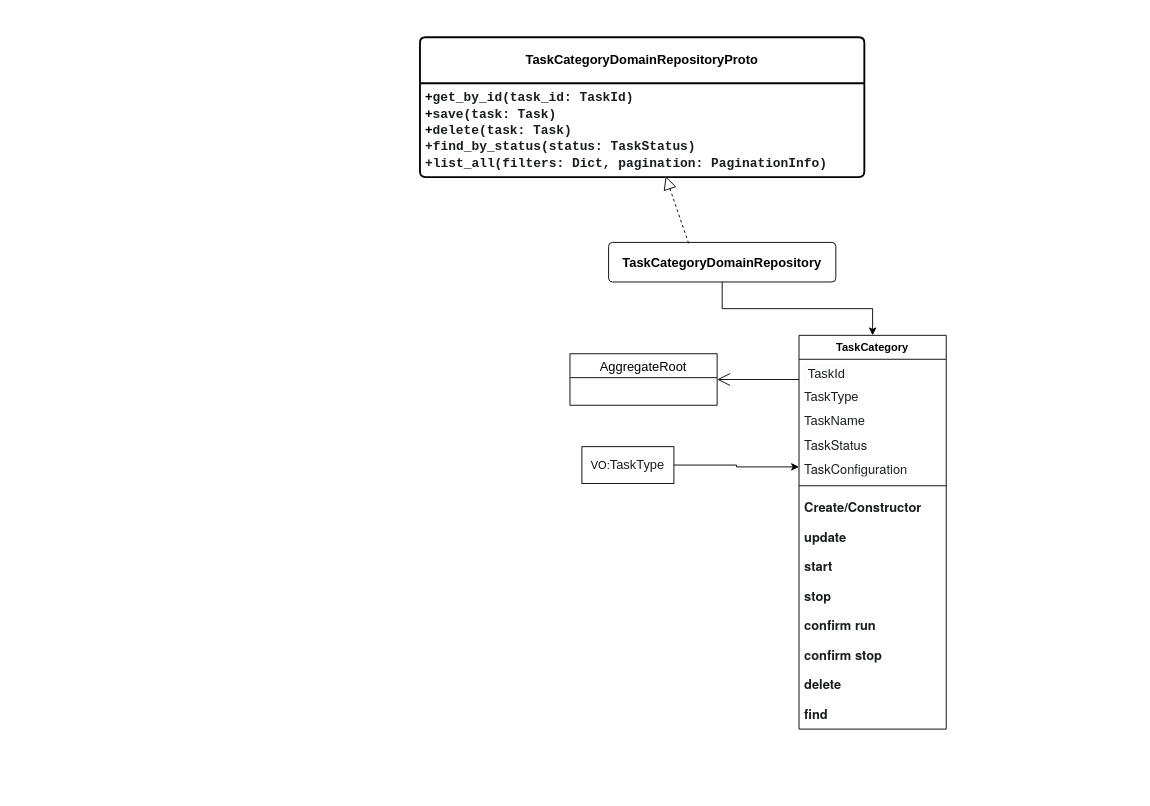
Earlier version of the draw.io diagram 1.drawio (monster-46173/djjs). Source tidied: cells renumbered, new cells numbered last; positions are measured from the earlier drawing's top-left corner, leaving out a move shared by most shapes. Both pictures are drawn from the tidied source at 92%, with x=0, y=0 at pixel (420, 37).
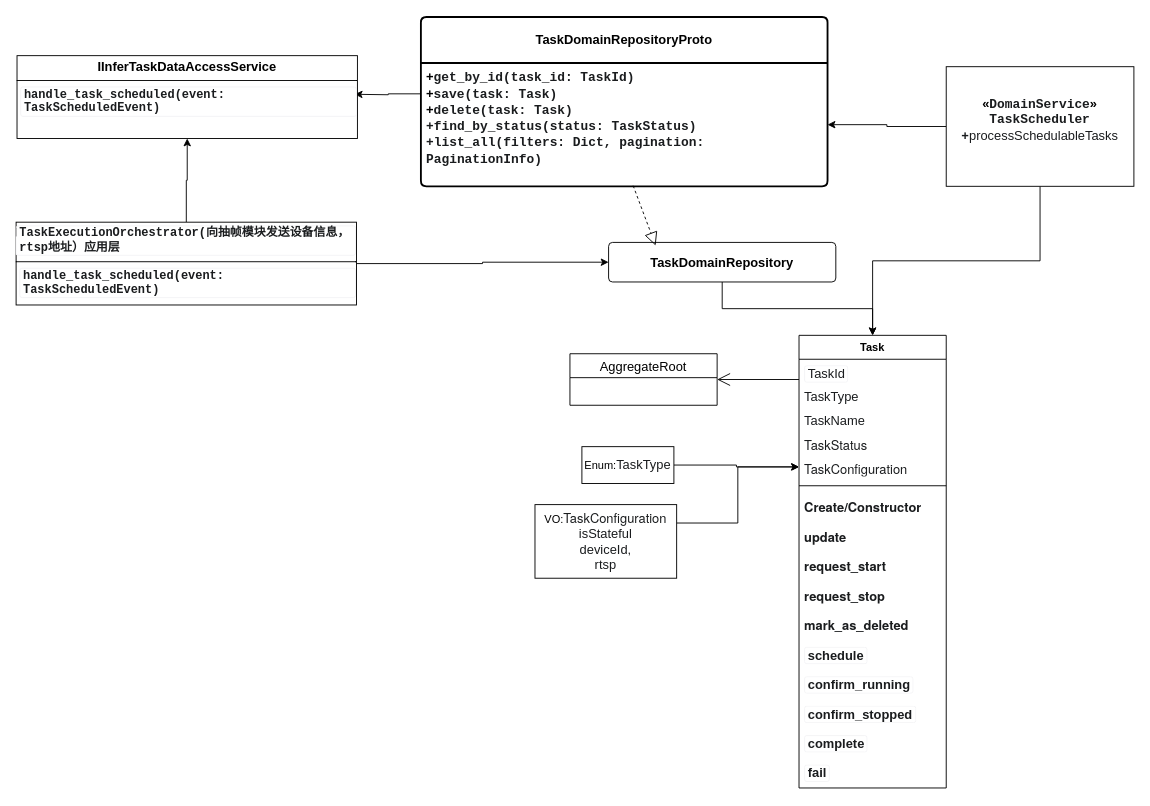
The same diagram, later.

The change refers to these unchanged cells:
```xml
<mxCell id="9" value="&lt;span style=&quot;box-sizing: border-box; color: rgb(26, 28, 30); font-family: &amp;quot;Google Sans Text&amp;quot;, &amp;quot;Helvetica Neue&amp;quot;, sans-serif; font-size: 14px; background-color: rgb(255, 255, 255);&quot; class=&quot;ng-star-inserted&quot;&gt;&lt;span style=&quot;box-sizing: border-box;&quot; class=&quot;ng-star-inserted&quot;&gt;TaskConfiguration&lt;/span&gt;&lt;/span&gt;" style="text;strokeColor=none;fillColor=none;align=left;verticalAlign=top;spacingLeft=4;spacingRight=4;overflow=hidden;points=[[0,0.5],[1,0.5]];portConstraint=eastwest;whiteSpace=wrap;html=1;" parent="4" vertex="1">
  <mxGeometry y="130" width="160" height="26" as="geometry" />
</mxCell>
```

The edit, as a diff of the source:
```diff
@@
-    <mxCell id="4" value="TaskCategory" style="swimlane;fontStyle=1;align=center;verticalAlign=top;horizontal=1;startSize=26;whiteSpace=wrap;html=1;" parent="1" vertex="1">
-      <mxGeometry x="412" y="324" width="160" height="428" as="geometry" />
+    <mxCell id="4" value="Task" style="swimlane;fontStyle=1;align=center;verticalAlign=top;horizontal=1;startSize=26;whiteSpace=wrap;html=1;" parent="1" vertex="1">
+      <mxGeometry x="412" y="324" width="160" height="492" as="geometry" />
     </mxCell>
@@
-    <mxCell id="13" value="&lt;font face=&quot;Google Sans Text, Helvetica Neue, sans-serif&quot; color=&quot;#1a1c1e&quot;&gt;&lt;span style=&quot;font-size: 14px; background-color: rgb(255, 255, 255);&quot;&gt;&lt;b&gt;start&lt;/b&gt;&lt;/span&gt;&lt;/font&gt;" style="text;strokeColor=none;fillColor=none;align=left;verticalAlign=top;spacingLeft=4;spacingRight=4;overflow=hidden;whiteSpace=wrap;html=1;" parent="4" vertex="1">
+    <mxCell id="13" value="&lt;font face=&quot;Google Sans Text, Helvetica Neue, sans-serif&quot; color=&quot;#1a1c1e&quot;&gt;&lt;span style=&quot;font-size: 14px; background-color: rgb(255, 255, 255);&quot;&gt;&lt;b&gt;request_start&lt;/b&gt;&lt;/span&gt;&lt;/font&gt;" style="text;strokeColor=none;fillColor=none;align=left;verticalAlign=top;spacingLeft=4;spacingRight=4;overflow=hidden;whiteSpace=wrap;html=1;" parent="4" vertex="1">
       <mxGeometry y="236" width="160" height="32" as="geometry" />
     </mxCell>
-    <mxCell id="14" value="&lt;strong style=&quot;box-sizing: border-box; color: rgb(26, 28, 30); font-family: &amp;quot;Google Sans Text&amp;quot;, &amp;quot;Helvetica Neue&amp;quot;, sans-serif; font-size: 14px; background-color: rgb(255, 255, 255);&quot; class=&quot;ng-star-inserted&quot;&gt;&lt;span style=&quot;box-sizing: border-box;&quot; class=&quot;ng-star-inserted&quot;&gt;stop&lt;/span&gt;&lt;/strong&gt;" style="text;strokeColor=none;fillColor=none;align=left;verticalAlign=top;spacingLeft=4;spacingRight=4;overflow=hidden;whiteSpace=wrap;html=1;" parent="4" vertex="1">
+    <mxCell id="14" value="&lt;strong style=&quot;box-sizing: border-box; color: rgb(26, 28, 30); font-family: &amp;quot;Google Sans Text&amp;quot;, &amp;quot;Helvetica Neue&amp;quot;, sans-serif; font-size: 14px; background-color: rgb(255, 255, 255);&quot; class=&quot;ng-star-inserted&quot;&gt;&lt;span style=&quot;box-sizing: border-box;&quot; class=&quot;ng-star-inserted&quot;&gt;request_stop&lt;/span&gt;&lt;/strong&gt;" style="text;strokeColor=none;fillColor=none;align=left;verticalAlign=top;spacingLeft=4;spacingRight=4;overflow=hidden;whiteSpace=wrap;html=1;" parent="4" vertex="1">
       <mxGeometry y="268" width="160" height="32" as="geometry" />
     </mxCell>
-    <mxCell id="15" value="&lt;strong style=&quot;box-sizing: border-box; color: rgb(26, 28, 30); font-family: &amp;quot;Google Sans Text&amp;quot;, &amp;quot;Helvetica Neue&amp;quot;, sans-serif; font-size: 14px; background-color: rgb(255, 255, 255);&quot; class=&quot;ng-star-inserted&quot;&gt;&lt;span style=&quot;box-sizing: border-box;&quot; class=&quot;ng-star-inserted&quot;&gt;confirm run&lt;/span&gt;&lt;/strong&gt;" style="text;strokeColor=none;fillColor=none;align=left;verticalAlign=top;spacingLeft=4;spacingRight=4;overflow=hidden;whiteSpace=wrap;html=1;" parent="4" vertex="1">
-      <mxGeometry y="300" width="160" height="32" as="geometry" />
-    </mxCell>
-    <mxCell id="16" value="&lt;strong style=&quot;box-sizing: border-box; color: rgb(26, 28, 30); font-family: &amp;quot;Google Sans Text&amp;quot;, &amp;quot;Helvetica Neue&amp;quot;, sans-serif; font-size: 14px; background-color: rgb(255, 255, 255);&quot; class=&quot;ng-star-inserted&quot;&gt;&lt;span style=&quot;box-sizing: border-box;&quot; class=&quot;ng-star-inserted&quot;&gt;confirm stop&lt;/span&gt;&lt;/strong&gt;" style="text;strokeColor=none;fillColor=none;align=left;verticalAlign=top;spacingLeft=4;spacingRight=4;overflow=hidden;whiteSpace=wrap;html=1;" parent="4" vertex="1">
-      <mxGeometry y="332" width="160" height="32" as="geometry" />
-    </mxCell>
-    <mxCell id="17" value="&lt;strong style=&quot;box-sizing: border-box; color: rgb(26, 28, 30); font-family: &amp;quot;Google Sans Text&amp;quot;, &amp;quot;Helvetica Neue&amp;quot;, sans-serif; font-size: 14px; background-color: rgb(255, 255, 255);&quot; class=&quot;ng-star-inserted&quot;&gt;&lt;span style=&quot;box-sizing: border-box;&quot; class=&quot;ng-star-inserted&quot;&gt;delete&lt;/span&gt;&lt;/strong&gt;" style="text;strokeColor=none;fillColor=none;align=left;verticalAlign=top;spacingLeft=4;spacingRight=4;overflow=hidden;whiteSpace=wrap;html=1;" parent="4" vertex="1">
-      <mxGeometry y="364" width="160" height="32" as="geometry" />
+    <mxCell id="17" value="&lt;strong style=&quot;box-sizing: border-box; color: rgb(26, 28, 30); font-family: &amp;quot;Google Sans Text&amp;quot;, &amp;quot;Helvetica Neue&amp;quot;, sans-serif; font-size: 14px; background-color: rgb(255, 255, 255);&quot; class=&quot;ng-star-inserted&quot;&gt;&lt;span style=&quot;box-sizing: border-box;&quot; class=&quot;ng-star-inserted&quot;&gt;mark_as_deleted&lt;/span&gt;&lt;/strong&gt;" style="text;strokeColor=none;fillColor=none;align=left;verticalAlign=top;spacingLeft=4;spacingRight=4;overflow=hidden;whiteSpace=wrap;html=1;" parent="4" vertex="1">
+      <mxGeometry y="300" width="160" height="32" as="geometry" />
     </mxCell>
-    <mxCell id="18" value="&lt;font face=&quot;Google Sans Text, Helvetica Neue, sans-serif&quot; color=&quot;#1a1c1e&quot;&gt;&lt;span style=&quot;font-size: 14px; background-color: rgb(255, 255, 255);&quot;&gt;&lt;b&gt;find&lt;/b&gt;&lt;/span&gt;&lt;/font&gt;" style="text;strokeColor=none;fillColor=none;align=left;verticalAlign=top;spacingLeft=4;spacingRight=4;overflow=hidden;whiteSpace=wrap;html=1;" parent="4" vertex="1">
-      <mxGeometry y="396" width="160" height="32" as="geometry" />
-    </mxCell>
+    <mxCell id="26" value="&lt;strong style=&quot;box-sizing: border-box; color: rgb(26, 28, 30); background-color: rgb(255, 255, 255);&quot; class=&quot;ng-star-inserted&quot;&gt;&lt;span style=&quot;box-sizing: border-box; background-image: none; background-position: 0% 0%; background-size: auto; background-repeat: repeat; background-attachment: scroll; background-origin: padding-box; background-clip: border-box; border-color: rgb(243, 243, 246); border-style: solid; border-width: 0.666667px; border-image: none 100% / 1 / 0 stretch; border-radius: 3px; padding: 0px 3px; display: inline-block;&quot; class=&quot;inline-code ng-star-inserted&quot;&gt;&lt;font style=&quot;font-size: 14px;&quot; face=&quot;Helvetica&quot;&gt;schedule&lt;/font&gt;&lt;/span&gt;&lt;/strong&gt;" style="text;strokeColor=none;fillColor=none;align=left;verticalAlign=top;spacingLeft=4;spacingRight=4;overflow=hidden;whiteSpace=wrap;html=1;" parent="4" vertex="1">
+      <mxGeometry y="332" width="160" height="32" as="geometry" />
+    </mxCell>
+    <mxCell id="27" value="&lt;strong style=&quot;box-sizing: border-box; color: rgb(26, 28, 30); background-color: rgb(255, 255, 255);&quot; class=&quot;ng-star-inserted&quot;&gt;&lt;span style=&quot;box-sizing: border-box; background-image: none; background-position: 0% 0%; background-size: auto; background-repeat: repeat; background-attachment: scroll; background-origin: padding-box; background-clip: border-box; border-color: rgb(243, 243, 246); border-style: solid; border-width: 0.666667px; border-image: none 100% / 1 / 0 stretch; border-radius: 3px; padding: 0px 3px; display: inline-block;&quot; class=&quot;inline-code ng-star-inserted&quot;&gt;&lt;font face=&quot;Helvetica&quot; style=&quot;font-size: 14px;&quot;&gt;confirm_running&lt;/font&gt;&lt;/span&gt;&lt;/strong&gt;" style="text;strokeColor=none;fillColor=none;align=left;verticalAlign=top;spacingLeft=4;spacingRight=4;overflow=hidden;whiteSpace=wrap;html=1;" parent="4" vertex="1">
+      <mxGeometry y="364" width="160" height="32" as="geometry" />
+    </mxCell>
+    <mxCell id="28" value="&lt;strong style=&quot;box-sizing: border-box; color: rgb(26, 28, 30); background-color: rgb(255, 255, 255);&quot; class=&quot;ng-star-inserted&quot;&gt;&lt;span style=&quot;box-sizing: border-box; background-image: none; background-position: 0% 0%; background-size: auto; background-repeat: repeat; background-attachment: scroll; background-origin: padding-box; background-clip: border-box; border-color: rgb(243, 243, 246); border-style: solid; border-width: 0.666667px; border-image: none 100% / 1 / 0 stretch; border-radius: 3px; padding: 0px 3px; display: inline-block;&quot; class=&quot;inline-code ng-star-inserted&quot;&gt;&lt;font face=&quot;Helvetica&quot; style=&quot;font-size: 14px;&quot;&gt;confirm_stopped&lt;/font&gt;&lt;/span&gt;&lt;/strong&gt;" style="text;strokeColor=none;fillColor=none;align=left;verticalAlign=top;spacingLeft=4;spacingRight=4;overflow=hidden;whiteSpace=wrap;html=1;" parent="4" vertex="1">
+      <mxGeometry y="396" width="160" height="32" as="geometry" />
+    </mxCell>
+    <mxCell id="29" value="&lt;strong style=&quot;box-sizing: border-box; color: rgb(26, 28, 30); background-color: rgb(255, 255, 255);&quot; class=&quot;ng-star-inserted&quot;&gt;&lt;span style=&quot;box-sizing: border-box; background-image: none; background-position: 0% 0%; background-size: auto; background-repeat: repeat; background-attachment: scroll; background-origin: padding-box; background-clip: border-box; border-color: rgb(243, 243, 246); border-style: solid; border-width: 0.666667px; border-image: none 100% / 1 / 0 stretch; border-radius: 3px; padding: 0px 3px; display: inline-block;&quot; class=&quot;inline-code ng-star-inserted&quot;&gt;&lt;font face=&quot;Helvetica&quot; style=&quot;font-size: 14px;&quot;&gt;complete&lt;/font&gt;&lt;/span&gt;&lt;/strong&gt;" style="text;strokeColor=none;fillColor=none;align=left;verticalAlign=top;spacingLeft=4;spacingRight=4;overflow=hidden;whiteSpace=wrap;html=1;" parent="4" vertex="1">
+      <mxGeometry y="428" width="160" height="32" as="geometry" />
+    </mxCell>
+    <mxCell id="30" value="&lt;strong style=&quot;box-sizing: border-box; color: rgb(26, 28, 30); background-color: rgb(255, 255, 255);&quot; class=&quot;ng-star-inserted&quot;&gt;&lt;span style=&quot;box-sizing: border-box; background-image: none; background-position: 0% 0%; background-size: auto; background-repeat: repeat; background-attachment: scroll; background-origin: padding-box; background-clip: border-box; border-color: rgb(243, 243, 246); border-style: solid; border-width: 0.666667px; border-image: none 100% / 1 / 0 stretch; border-radius: 3px; padding: 0px 3px; display: inline-block;&quot; class=&quot;inline-code ng-star-inserted&quot;&gt;&lt;font style=&quot;font-size: 14px;&quot; face=&quot;Helvetica&quot;&gt;fail&lt;/font&gt;&lt;/span&gt;&lt;/strong&gt;" style="text;strokeColor=none;fillColor=none;align=left;verticalAlign=top;spacingLeft=4;spacingRight=4;overflow=hidden;whiteSpace=wrap;html=1;" parent="4" vertex="1">
+      <mxGeometry y="460" width="160" height="32" as="geometry" />
+    </mxCell>
@@
-    <mxCell id="20" value="&lt;font face=&quot;Helvetica&quot; style=&quot;font-size: 14px;&quot;&gt;&lt;b&gt;TaskCategoryDomainRepository&lt;/b&gt;&lt;/font&gt;" style="rounded=1;arcSize=10;whiteSpace=wrap;html=1;align=center;" parent="1" vertex="1">
+    <mxCell id="20" value="&lt;font face=&quot;Helvetica&quot; style=&quot;font-size: 14px;&quot;&gt;&lt;b&gt;TaskDomainRepository&lt;/b&gt;&lt;/font&gt;" style="rounded=1;arcSize=10;whiteSpace=wrap;html=1;align=center;" parent="1" vertex="1">
       <mxGeometry x="205" y="223" width="247" height="43" as="geometry" />
     </mxCell>
-    <mxCell id="21" value="&lt;b&gt;TaskCategoryDomainRepositoryProto&lt;/b&gt;" style="swimlane;horizontal=1;startSize=50;rounded=1;fontSize=14;fontStyle=0;strokeWidth=2;shadow=0;dashed=0;align=center;arcSize=4;whiteSpace=wrap;html=1;" parent="1" vertex="1">
-      <mxGeometry width="483" height="152" as="geometry" />
+    <mxCell id="21" value="&lt;b&gt;TaskDomainRepositoryProto&lt;/b&gt;" style="swimlane;horizontal=1;startSize=50;rounded=1;fontSize=14;fontStyle=0;strokeWidth=2;shadow=0;dashed=0;align=center;arcSize=4;whiteSpace=wrap;html=1;" parent="1" vertex="1">
+      <mxGeometry x="1" y="-22" width="442" height="184" as="geometry" />
     </mxCell>
     <mxCell id="22" value="&lt;font style=&quot;font-size: 14px;&quot;&gt;&lt;b&gt;+&lt;span style=&quot;color: rgb(26, 28, 30); font-family: &amp;quot;DM Mono&amp;quot;, monospace; background-color: rgb(255, 255, 255);&quot;&gt;get_by_id(task_id: TaskId)&lt;/span&gt;&lt;br&gt;+&lt;span style=&quot;color: rgb(26, 28, 30); font-family: &amp;quot;DM Mono&amp;quot;, monospace; background-color: rgb(255, 255, 255);&quot;&gt;save(task: Task)&lt;/span&gt;&lt;br&gt;+&lt;span style=&quot;color: rgb(26, 28, 30); font-family: &amp;quot;DM Mono&amp;quot;, monospace; background-color: rgb(255, 255, 255);&quot;&gt;delete(task: Task)&lt;/span&gt;&lt;/b&gt;&lt;/font&gt;&lt;div&gt;&lt;font style=&quot;font-size: 14px;&quot;&gt;&lt;b&gt;&lt;font style=&quot;&quot;&gt;&lt;span style=&quot;color: rgb(26, 28, 30); font-family: &amp;quot;DM Mono&amp;quot;, monospace; background-color: rgb(255, 255, 255);&quot;&gt;+&lt;/span&gt;&lt;/font&gt;&lt;span style=&quot;background-color: rgb(255, 255, 255); color: rgb(26, 28, 30); font-family: &amp;quot;DM Mono&amp;quot;, monospace;&quot;&gt;find_by_status(status: TaskStatus)&lt;/span&gt;&lt;/b&gt;&lt;/font&gt;&lt;/div&gt;&lt;div&gt;&lt;font style=&quot;font-size: 14px;&quot;&gt;&lt;b&gt;&lt;span style=&quot;background-color: rgb(255, 255, 255); color: rgb(26, 28, 30); font-family: &amp;quot;DM Mono&amp;quot;, monospace;&quot;&gt;+&lt;/span&gt;&lt;span style=&quot;background-color: rgb(255, 255, 255); color: rgb(26, 28, 30); font-family: &amp;quot;DM Mono&amp;quot;, monospace;&quot;&gt;list_all(filters: Dict, pagination: PaginationInfo)&lt;/span&gt;&lt;/b&gt;&lt;/font&gt;&lt;/div&gt;" style="align=left;strokeColor=none;fillColor=none;spacingLeft=4;spacingRight=4;fontSize=12;verticalAlign=top;html=1;whiteSpace=wrap;" parent="21" vertex="1">
-      <mxGeometry y="50" width="483" height="102" as="geometry" />
+      <mxGeometry y="50" width="442" height="134" as="geometry" />
     </mxCell>
-    <mxCell id="23" style="endArrow=block;dashed=1;endFill=0;endSize=12;html=1;rounded=0;entryX=0.553;entryY=0.992;entryDx=0;entryDy=0;entryPerimeter=0;" parent="1" edge="1" target="22">
-      <mxGeometry relative="1" as="geometry">
-        <mxPoint x="292" y="224" as="sourcePoint" />
-      </mxGeometry>
+    <mxCell id="23" style="endArrow=block;dashed=1;endFill=0;endSize=12;html=1;rounded=0;entryX=0.207;entryY=0.079;entryDx=0;entryDy=0;entryPerimeter=0;exitX=0.522;exitY=0.995;exitDx=0;exitDy=0;exitPerimeter=0;" parent="1" edge="1" source="22" target="20">
+      <mxGeometry relative="1" as="geometry" />
     </mxCell>
@@
-    <mxCell id="25" value="VO:&lt;span style=&quot;color: rgb(26, 28, 30); font-size: 14px; text-align: left; background-color: rgb(255, 255, 255);&quot;&gt;TaskType&lt;/span&gt;" style="whiteSpace=wrap;html=1;align=center;" parent="1" vertex="1">
+    <mxCell id="25" value="Enum:&lt;span style=&quot;color: rgb(26, 28, 30); font-size: 14px; text-align: left; background-color: rgb(255, 255, 255);&quot;&gt;TaskType&lt;/span&gt;" style="whiteSpace=wrap;html=1;align=center;" parent="1" vertex="1">
       <mxGeometry x="176" y="445" width="100" height="40" as="geometry" />
     </mxCell>
+    <mxCell id="31" style="edgeStyle=orthogonalEdgeStyle;rounded=0;jettySize=auto;html=1;exitX=0.5;exitY=1;exitDx=0;exitDy=0;entryX=0.5;entryY=0;entryDx=0;entryDy=0;" parent="1" edge="1" source="33" target="4">
+      <mxGeometry relative="1" as="geometry" />
+    </mxCell>
+    <mxCell id="32" style="edgeStyle=orthogonalEdgeStyle;rounded=0;jettySize=auto;html=1;exitX=0;exitY=0.5;exitDx=0;exitDy=0;entryX=1;entryY=0.5;entryDx=0;entryDy=0;" parent="1" edge="1" source="33" target="22">
+      <mxGeometry relative="1" as="geometry" />
+    </mxCell>
+    <mxCell id="33" value="&lt;b&gt;&lt;font style=&quot;font-size: 14px;&quot;&gt;«&lt;span style=&quot;color: rgb(26, 28, 30); font-family: &amp;quot;DM Mono&amp;quot;, monospace; text-align: left; background-color: rgb(255, 255, 255);&quot;&gt;DomainService&lt;/span&gt;»&lt;br&gt;&lt;span style=&quot;color: rgb(26, 28, 30); font-family: &amp;quot;DM Mono&amp;quot;, monospace; text-align: left; background-color: rgb(255, 255, 255);&quot;&gt;TaskScheduler&lt;/span&gt;&lt;/font&gt;&lt;/b&gt;&lt;div&gt;&lt;b&gt;&lt;font style=&quot;font-size: 14px;&quot;&gt;&lt;span style=&quot;color: rgb(26, 28, 30); font-family: &amp;quot;DM Mono&amp;quot;, monospace; text-align: left; background-color: rgb(255, 255, 255);&quot;&gt;+&lt;/span&gt;&lt;/font&gt;&lt;/b&gt;&lt;span style=&quot;background-color: rgb(255, 255, 255); color: rgb(26, 28, 30); text-align: left;&quot;&gt;&lt;font face=&quot;Helvetica&quot; style=&quot;font-size: 14px;&quot;&gt;processSchedulableTasks&lt;/font&gt;&lt;/span&gt;&lt;/div&gt;&lt;div&gt;&lt;br&gt;&lt;/div&gt;" style="html=1;whiteSpace=wrap;" parent="1" vertex="1">
+      <mxGeometry x="572" y="32" width="204" height="130" as="geometry" />
+    </mxCell>
+    <mxCell id="34" style="edgeStyle=orthogonalEdgeStyle;rounded=0;jettySize=auto;html=1;exitX=1;exitY=0.25;exitDx=0;exitDy=0;entryX=0;entryY=0.5;entryDx=0;entryDy=0;" parent="1" edge="1" source="35" target="9">
+      <mxGeometry relative="1" as="geometry" />
+    </mxCell>
+    <mxCell id="35" value="VO:&lt;span style=&quot;color: rgb(26, 28, 30); font-family: &amp;quot;Google Sans Text&amp;quot;, &amp;quot;Helvetica Neue&amp;quot;, sans-serif; font-size: 14px; text-align: left; background-color: rgb(255, 255, 255);&quot;&gt;TaskConfiguration&lt;/span&gt;&lt;div&gt;&lt;span style=&quot;color: rgb(26, 28, 30); font-size: 14px; text-align: left; background-color: rgb(255, 255, 255);&quot;&gt;isStateful&lt;/span&gt;&lt;/div&gt;&lt;div&gt;&lt;span style=&quot;color: rgb(26, 28, 30); text-align: left; background-color: rgb(255, 255, 255);&quot;&gt;&lt;font style=&quot;font-size: 14px;&quot;&gt;deviceId,&lt;/font&gt;&lt;/span&gt;&lt;/div&gt;&lt;div&gt;&lt;span style=&quot;color: rgb(26, 28, 30); text-align: left; background-color: rgb(255, 255, 255);&quot;&gt;&lt;font style=&quot;font-size: 14px;&quot;&gt;rtsp&lt;/font&gt;&lt;/span&gt;&lt;/div&gt;" style="whiteSpace=wrap;html=1;align=center;" parent="1" vertex="1">
+      <mxGeometry x="125" y="508" width="154" height="80" as="geometry" />
+    </mxCell>
+    <mxCell id="36" style="edgeStyle=orthogonalEdgeStyle;rounded=0;jettySize=auto;html=1;exitX=1;exitY=0.5;exitDx=0;exitDy=0;entryX=0;entryY=0.5;entryDx=0;entryDy=0;" parent="1" edge="1" source="38" target="20">
+      <mxGeometry relative="1" as="geometry" />
+    </mxCell>
+    <mxCell id="37" style="edgeStyle=orthogonalEdgeStyle;rounded=0;jettySize=auto;html=1;exitX=0.5;exitY=0;exitDx=0;exitDy=0;" parent="1" edge="1" source="38" target="40">
+      <mxGeometry relative="1" as="geometry" />
+    </mxCell>
+    <mxCell id="38" value="&lt;p style=&quot;margin:0px;margin-top:4px;text-align:center;&quot;&gt;&lt;strong style=&quot;box-sizing: border-box; color: rgb(26, 28, 30); font-family: &amp;quot;Google Sans Text&amp;quot;, &amp;quot;Helvetica Neue&amp;quot;, sans-serif; font-size: 14px; text-align: start; background-color: rgb(255, 255, 255);&quot; class=&quot;ng-star-inserted&quot;&gt;&lt;span style=&quot;box-sizing: border-box; background-image: none; background-position: 0% 0%; background-size: auto; background-repeat: repeat; background-attachment: scroll; background-origin: padding-box; background-clip: border-box; border-color: rgb(243, 243, 246); border-style: solid; border-width: 0.666667px; border-image: none 100% / 1 / 0 stretch; border-radius: 3px; font-size: 13px; padding: 0px 3px; display: inline-block; font-family: &amp;quot;DM Mono&amp;quot;, monospace;&quot; class=&quot;inline-code ng-star-inserted&quot;&gt;TaskExecutionOrchestrator(向抽帧模块发送设备信息，rtsp地址）应用层&lt;/span&gt;&lt;/strong&gt;&lt;/p&gt;&lt;hr size=&quot;1&quot; style=&quot;border-style:solid;&quot;&gt;&lt;p style=&quot;margin:0px;margin-left:4px;&quot;&gt;&lt;/p&gt;&lt;p style=&quot;margin:0px;margin-left:4px;&quot;&gt;&lt;strong style=&quot;box-sizing: border-box; color: rgb(26, 28, 30); font-family: &amp;quot;Google Sans Text&amp;quot;, &amp;quot;Helvetica Neue&amp;quot;, sans-serif; font-size: 14px; background-color: rgb(255, 255, 255);&quot; class=&quot;ng-star-inserted&quot;&gt;&lt;span style=&quot;box-sizing: border-box; background-image: none; background-position: 0% 0%; background-size: auto; background-repeat: repeat; background-attachment: scroll; background-origin: padding-box; background-clip: border-box; border-color: rgb(243, 243, 246); border-style: solid; border-width: 0.666667px; border-image: none 100% / 1 / 0 stretch; border-radius: 3px; font-size: 13px; padding: 0px 3px; display: inline-block; font-family: &amp;quot;DM Mono&amp;quot;, monospace;&quot; class=&quot;inline-code ng-star-inserted&quot;&gt;handle_task_scheduled(event: TaskScheduledEvent)&lt;/span&gt;&lt;/strong&gt;&lt;/p&gt;" style="verticalAlign=top;align=left;overflow=fill;html=1;whiteSpace=wrap;" parent="1" vertex="1">
+      <mxGeometry x="-439" y="201" width="370" height="90" as="geometry" />
+    </mxCell>
+    <mxCell id="39" style="edgeStyle=orthogonalEdgeStyle;rounded=0;jettySize=auto;html=1;exitX=0;exitY=0.25;exitDx=0;exitDy=0;" parent="1" edge="1" source="22">
+      <mxGeometry relative="1" as="geometry">
+        <mxPoint x="-71" y="62" as="targetPoint" />
+      </mxGeometry>
+    </mxCell>
+    <mxCell id="40" value="&lt;p style=&quot;margin:0px;margin-top:4px;text-align:center;&quot;&gt;&lt;b style=&quot;font-size: 14px;&quot;&gt;IInferTaskDataAccessService&lt;/b&gt;&lt;/p&gt;&lt;hr size=&quot;1&quot; style=&quot;border-style:solid;&quot;&gt;&lt;p style=&quot;margin:0px;margin-left:4px;&quot;&gt;&lt;/p&gt;&lt;p style=&quot;margin:0px;margin-left:4px;&quot;&gt;&lt;strong style=&quot;box-sizing: border-box; color: rgb(26, 28, 30); font-family: &amp;quot;Google Sans Text&amp;quot;, &amp;quot;Helvetica Neue&amp;quot;, sans-serif; font-size: 14px; background-color: rgb(255, 255, 255);&quot; class=&quot;ng-star-inserted&quot;&gt;&lt;span style=&quot;box-sizing: border-box; background-image: none; background-position: 0% 0%; background-size: auto; background-repeat: repeat; background-attachment: scroll; background-origin: padding-box; background-clip: border-box; border-color: rgb(243, 243, 246); border-style: solid; border-width: 0.666667px; border-image: none 100% / 1 / 0 stretch; border-radius: 3px; font-size: 13px; padding: 0px 3px; display: inline-block; font-family: &amp;quot;DM Mono&amp;quot;, monospace;&quot; class=&quot;inline-code ng-star-inserted&quot;&gt;handle_task_scheduled(event: TaskScheduledEvent)&lt;/span&gt;&lt;/strong&gt;&lt;/p&gt;" style="verticalAlign=top;align=left;overflow=fill;html=1;whiteSpace=wrap;" parent="1" vertex="1">
+      <mxGeometry x="-438" y="20" width="370" height="90" as="geometry" />
+    </mxCell>
```
